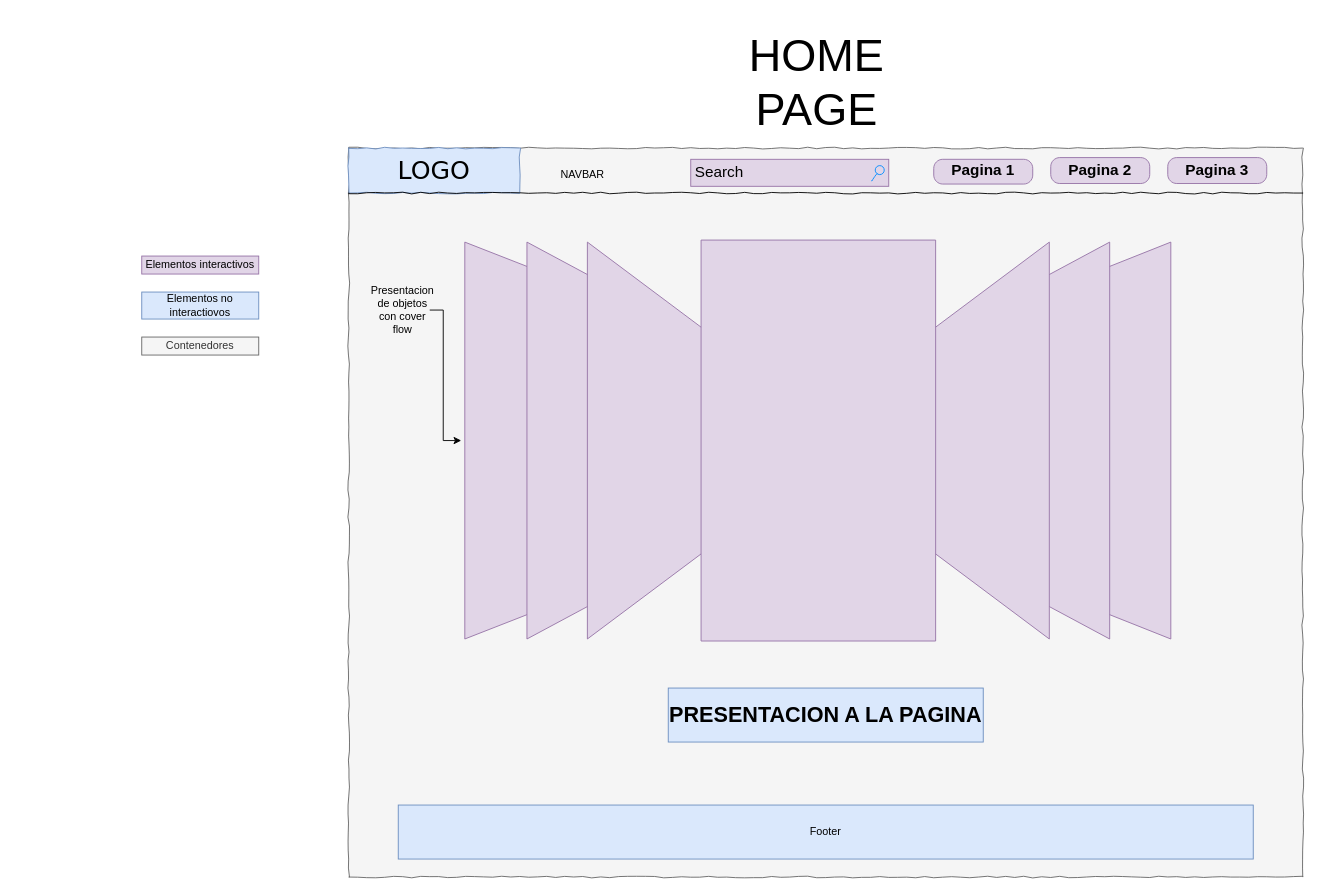
This is Untitled Diagram.drawio from Cristian-Toma/wireframe-portafolio, a draw.io file, before an edit. Source tidied: cells renumbered, new cells numbered last; positions are measured from the earlier drawing's top-left corner, leaving out a move shared by most shapes. Both pictures are drawn from the tidied source at 90%, with x=0, y=0 at pixel (141, 67).
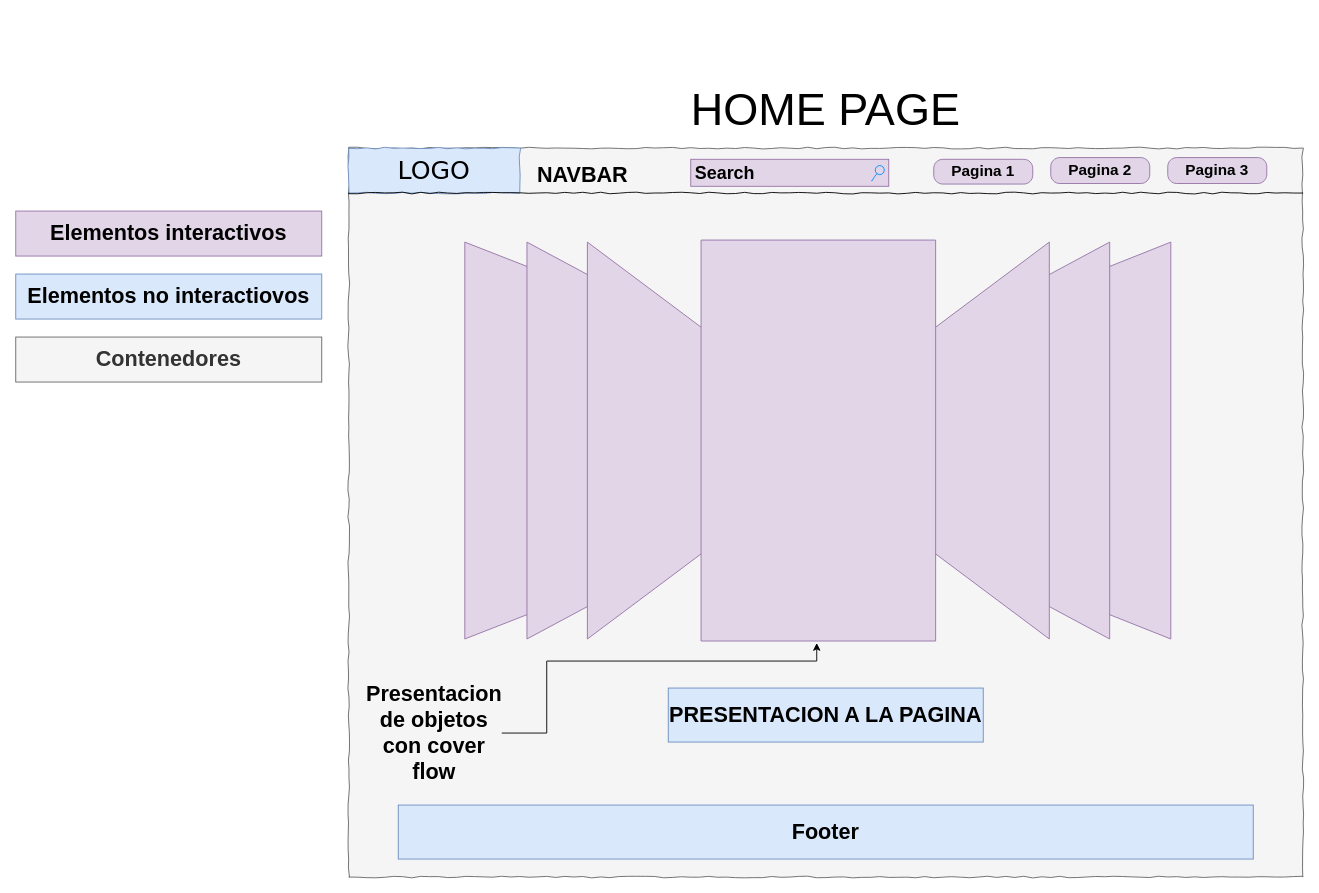
The same diagram, later.

The change refers to these unchanged cells:
```xml
<mxCell id="10" style="verticalLabelPosition=bottom;shadow=0;dashed=0;align=center;html=1;verticalAlign=top;strokeWidth=1;shape=mxgraph.mockup.navigation.coverFlow;fillColor=#e1d5e7;strokeColor=#9673a6;" parent="1" vertex="1">
  <mxGeometry x="355" y="190" width="790" height="450" as="geometry" />
</mxCell>
```

Change to the diagram source:
```diff
@@
-    <mxCell id="4" value="Search" style="strokeWidth=1;shadow=0;dashed=0;align=center;html=1;shape=mxgraph.mockup.forms.searchBox;strokeColor=#9673a6;mainText=;strokeColor2=#008cff;fontSize=17;align=left;spacingLeft=3;rounded=0;labelBackgroundColor=none;comic=1;fillColor=#e1d5e7;" parent="1" vertex="1">
+    <mxCell id="4" value="&lt;h3&gt;Search&lt;/h3&gt;" style="strokeWidth=1;shadow=0;dashed=0;align=center;html=1;shape=mxgraph.mockup.forms.searchBox;strokeColor=#9673a6;mainText=;strokeColor2=#008cff;fontSize=17;align=left;spacingLeft=3;rounded=0;labelBackgroundColor=none;comic=1;fillColor=#e1d5e7;" parent="1" vertex="1">
       <mxGeometry x="610" y="102.5" width="220" height="30" as="geometry" />
     </mxCell>
@@
-    <mxCell id="6" value="NAVBAR" style="text;html=1;strokeColor=none;fillColor=none;align=center;verticalAlign=middle;whiteSpace=wrap;rounded=0;" parent="1" vertex="1">
+    <mxCell id="6" value="&lt;h1&gt;NAVBAR&lt;/h1&gt;" style="text;html=1;strokeColor=none;fillColor=none;align=center;verticalAlign=middle;whiteSpace=wrap;rounded=0;" parent="1" vertex="1">
       <mxGeometry x="470" y="110" width="40" height="20" as="geometry" />
     </mxCell>
-    <mxCell id="7" value="&lt;div&gt;Pagina 1&lt;br&gt;&lt;/div&gt;" style="strokeWidth=1;shadow=0;dashed=0;align=center;html=1;shape=mxgraph.mockup.buttons.button;strokeColor=#9673a6;mainText=;buttonStyle=round;fontSize=17;fontStyle=1;fillColor=#e1d5e7;whiteSpace=wrap;" parent="1" vertex="1">
-      <mxGeometry x="880" y="102.5" width="110" height="27.5" as="geometry" />
-    </mxCell>
@@
-    <mxCell id="13" style="edgeStyle=orthogonalEdgeStyle;rounded=0;jettySize=auto;html=1;" parent="1" edge="1" source="14" target="10">
+    <mxCell id="13" style="edgeStyle=orthogonalEdgeStyle;rounded=0;jettySize=auto;html=1;exitX=1;exitY=0.5;exitDx=0;exitDy=0;" parent="1" edge="1" source="14" target="10">
       <mxGeometry relative="1" as="geometry">
         <Array as="points">
-          <mxPoint x="335" y="270" />
-          <mxPoint x="335" y="415" />
+          <mxPoint x="450" y="740" />
+          <mxPoint x="450" y="660" />
+          <mxPoint x="750" y="660" />
         </Array>
       </mxGeometry>
     </mxCell>
-    <mxCell id="14" value="Presentacion de objetos con cover flow" style="text;html=1;strokeColor=none;fillColor=none;align=center;verticalAlign=middle;whiteSpace=wrap;rounded=0;" parent="1" vertex="1">
-      <mxGeometry x="260" y="260" width="60" height="20" as="geometry" />
+    <mxCell id="14" value="&lt;h1&gt;Presentacion de objetos con cover flow&lt;/h1&gt;" style="text;html=1;strokeColor=none;fillColor=none;align=center;verticalAlign=middle;whiteSpace=wrap;rounded=0;" parent="1" vertex="1">
+      <mxGeometry x="250" y="650" width="150" height="180" as="geometry" />
     </mxCell>
-    <mxCell id="15" value="Footer" style="text;html=1;strokeColor=none;fillColor=none;align=center;verticalAlign=middle;whiteSpace=wrap;rounded=0;" parent="1" vertex="1">
+    <mxCell id="15" value="&lt;h1&gt;Footer&lt;/h1&gt;" style="text;html=1;strokeColor=none;fillColor=none;align=center;verticalAlign=middle;whiteSpace=wrap;rounded=0;" parent="1" vertex="1">
       <mxGeometry x="740" y="840" width="40" height="20" as="geometry" />
     </mxCell>
-    <mxCell id="16" value="Elementos interactivos" style="text;html=1;strokeColor=#9673a6;fillColor=#e1d5e7;align=center;verticalAlign=middle;whiteSpace=wrap;rounded=0;" parent="1" vertex="1">
-      <mxGeometry y="210" width="130" height="20" as="geometry" />
+    <mxCell id="16" value="&lt;h1&gt;Elementos interactivos&lt;/h1&gt;" style="text;html=1;strokeColor=#9673a6;fillColor=#e1d5e7;align=center;verticalAlign=middle;whiteSpace=wrap;rounded=0;" parent="1" vertex="1">
+      <mxGeometry x="-140" y="160" width="340" height="50" as="geometry" />
     </mxCell>
-    <mxCell id="17" value="Elementos no interactiovos" style="text;html=1;strokeColor=#6c8ebf;fillColor=#dae8fc;align=center;verticalAlign=middle;whiteSpace=wrap;rounded=0;" parent="1" vertex="1">
-      <mxGeometry y="250" width="130" height="30" as="geometry" />
+    <mxCell id="17" value="&lt;h1&gt;Elementos no interactiovos&lt;/h1&gt;" style="text;html=1;strokeColor=#6c8ebf;fillColor=#dae8fc;align=center;verticalAlign=middle;whiteSpace=wrap;rounded=0;" parent="1" vertex="1">
+      <mxGeometry x="-140" y="230" width="340" height="50" as="geometry" />
     </mxCell>
-    <mxCell id="18" value="&lt;div&gt;Contenedores&lt;/div&gt;" style="text;html=1;align=center;verticalAlign=middle;whiteSpace=wrap;rounded=0;fillColor=#f5f5f5;strokeColor=#666666;fontColor=#333333;" parent="1" vertex="1">
-      <mxGeometry y="300" width="130" height="20" as="geometry" />
+    <mxCell id="18" value="&lt;div&gt;&lt;h1&gt;Contenedores&lt;/h1&gt;&lt;/div&gt;" style="text;html=1;align=center;verticalAlign=middle;whiteSpace=wrap;rounded=0;fillColor=#f5f5f5;strokeColor=#666666;fontColor=#333333;" parent="1" vertex="1">
+      <mxGeometry x="-140" y="300" width="340" height="50" as="geometry" />
     </mxCell>
     <mxCell id="19" value="&lt;div&gt;&lt;br&gt;&lt;/div&gt;&lt;div&gt;&lt;font style=&quot;font-size: 50px&quot;&gt;HOME PAGE&lt;/font&gt;&lt;br&gt;&lt;/div&gt;" style="text;html=1;strokeColor=none;fillColor=none;align=center;verticalAlign=middle;whiteSpace=wrap;rounded=0;" parent="1" vertex="1">
-      <mxGeometry x="730" width="40" height="20" as="geometry" />
+      <mxGeometry x="590" y="30" width="340" height="20" as="geometry" />
     </mxCell>
+    <mxCell id="7" value="&lt;div&gt;Pagina 1&lt;br&gt;&lt;/div&gt;" style="strokeWidth=1;shadow=0;dashed=0;align=center;html=1;shape=mxgraph.mockup.buttons.button;strokeColor=#9673a6;mainText=;buttonStyle=round;fontSize=17;fontStyle=1;fillColor=#e1d5e7;whiteSpace=wrap;" parent="1" vertex="1">
+      <mxGeometry x="880" y="102.5" width="110" height="27.5" as="geometry" />
+    </mxCell>
```
